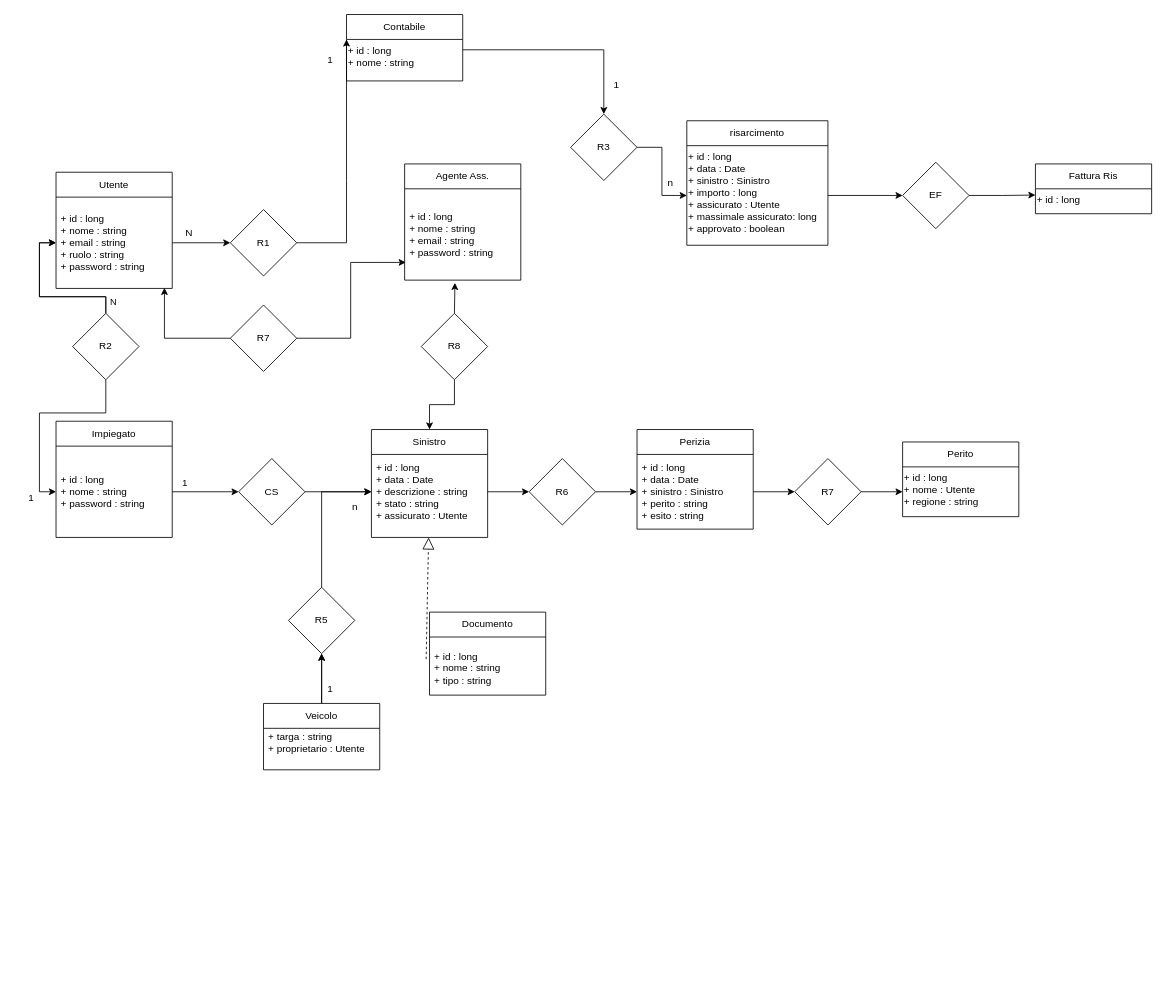
Above: Untitled Diagram.drawio in MattiaByakko/AppPocInsurance (draw.io), before the change. Source tidied: cells renumbered, new cells numbered last; positions are measured from the earlier drawing's top-left corner, leaving out a move shared by most shapes. Both pictures are drawn from the tidied source at 83%, with x=0, y=0 at pixel (18, 14).
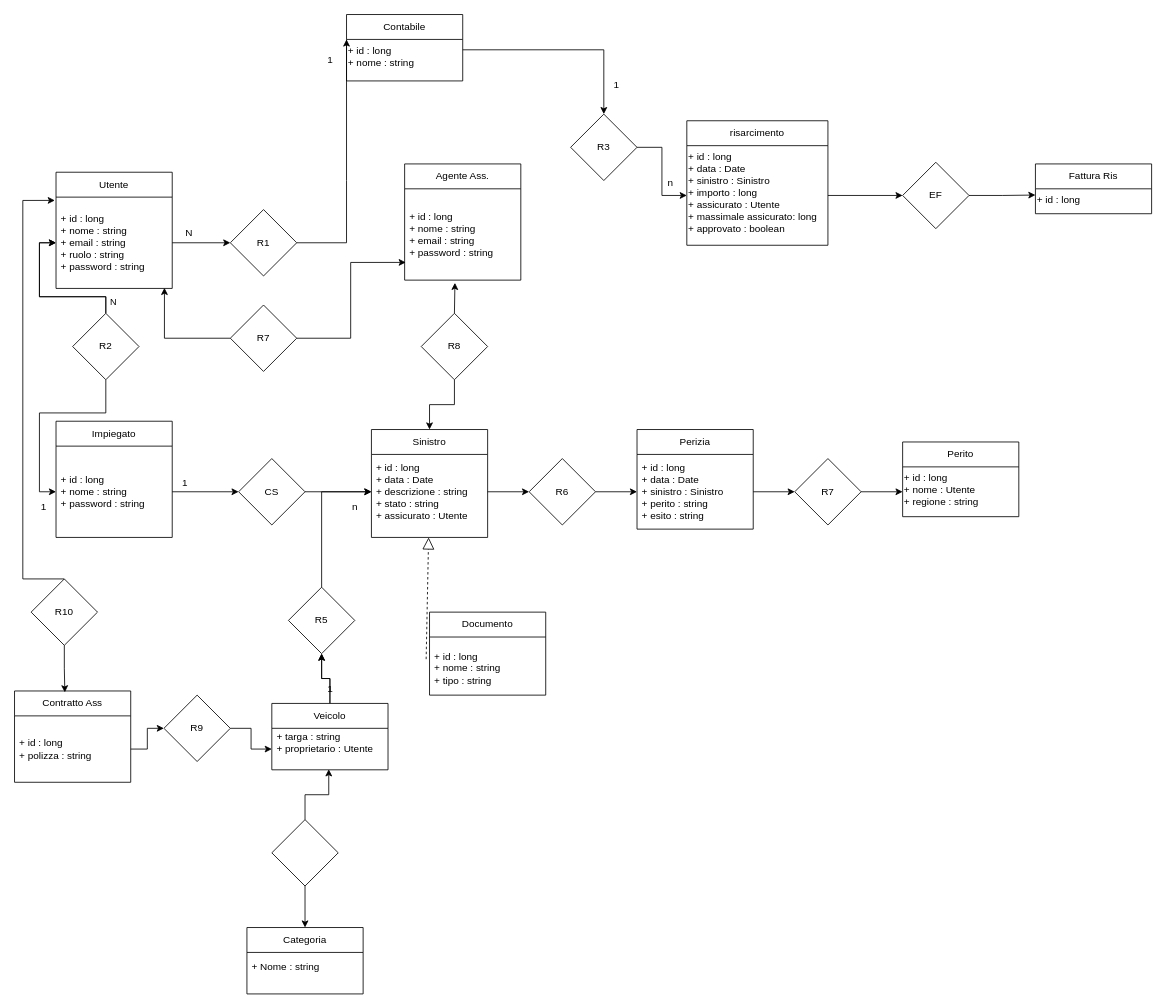
Above is the later version.

Unchanged cells that the change refers to:
```xml
<mxCell id="3" value="&lt;span style=&quot;background-color: transparent; color: light-dark(rgb(0, 0, 0), rgb(255, 255, 255));&quot;&gt;+ id : long&lt;/span&gt;&lt;br&gt;&lt;span style=&quot;background-color: transparent; color: light-dark(rgb(0, 0, 0), rgb(255, 255, 255));&quot;&gt;+ nome : string&lt;/span&gt;&lt;br&gt;&lt;span style=&quot;background-color: transparent; color: light-dark(rgb(0, 0, 0), rgb(255, 255, 255));&quot;&gt;+ email : string&lt;/span&gt;&lt;br&gt;&lt;span style=&quot;background-color: transparent; color: light-dark(rgb(0, 0, 0), rgb(255, 255, 255));&quot;&gt;+ ruolo : string&lt;/span&gt;&lt;br&gt;&lt;span style=&quot;background-color: transparent; color: light-dark(rgb(0, 0, 0), rgb(255, 255, 255));&quot;&gt;+ password : string&lt;/span&gt;" style="text;strokeColor=none;fillColor=none;align=left;verticalAlign=middle;spacingLeft=4;spacingRight=4;overflow=hidden;points=[[0,0.5],[1,0.5]];portConstraint=eastwest;whiteSpace=wrap;html=1;" parent="2" vertex="1">
  <mxGeometry y="30" width="140" height="110" as="geometry" />
</mxCell>
<mxCell id="10" value="&lt;span style=&quot;background-color: transparent; color: light-dark(rgb(0, 0, 0), rgb(255, 255, 255));&quot;&gt;+ targa : string&lt;/span&gt;&lt;br&gt;&lt;span style=&quot;background-color: transparent; color: light-dark(rgb(0, 0, 0), rgb(255, 255, 255));&quot;&gt;+ proprietario : Utente&lt;/span&gt;&lt;div&gt;&lt;br/&gt;&lt;/div&gt;" style="text;strokeColor=none;fillColor=none;align=left;verticalAlign=middle;spacingLeft=4;spacingRight=4;overflow=hidden;points=[[0,0.5],[1,0.5]];portConstraint=eastwest;whiteSpace=wrap;html=1;" parent="9" vertex="1">
  <mxGeometry y="30" width="140" height="50" as="geometry" />
</mxCell>
```

What changed in the source:
```diff
@@
     <mxCell id="9" value="Veicolo" style="swimlane;fontStyle=0;horizontal=1;startSize=30;whiteSpace=wrap;html=1;" parent="1" vertex="1">
-      <mxGeometry x="295" y="830" width="140" height="80" as="geometry" />
+      <mxGeometry x="305" y="830" width="140" height="80" as="geometry" />
     </mxCell>
@@
     <mxCell id="37" value="1" style="text;html=1;align=center;verticalAlign=middle;strokeColor=none;fillColor=none;" parent="1" vertex="1">
-      <mxGeometry y="568" width="30" height="30" as="geometry" />
+      <mxGeometry x="15" y="578" width="30" height="30" as="geometry" />
     </mxCell>
@@
+    <mxCell id="66" value="Contratto Ass" style="swimlane;fontStyle=0;horizontal=1;startSize=30;whiteSpace=wrap;html=1;" parent="1" vertex="1">
+      <mxGeometry x="-5" y="815" width="140" height="110" as="geometry" />
+    </mxCell>
+    <mxCell id="67" value="&lt;span style=&quot;background-color: transparent; color: light-dark(rgb(0, 0, 0), rgb(255, 255, 255));&quot;&gt;+ id : long&lt;/span&gt;&lt;br&gt;&lt;span style=&quot;background-color: transparent; color: light-dark(rgb(0, 0, 0), rgb(255, 255, 255));&quot;&gt;+ polizza : string&lt;/span&gt;" style="text;strokeColor=none;fillColor=none;align=left;verticalAlign=middle;spacingLeft=4;spacingRight=4;overflow=hidden;points=[[0,0.5],[1,0.5]];portConstraint=eastwest;whiteSpace=wrap;html=1;" parent="66" vertex="1">
+      <mxGeometry y="30" width="140" height="80" as="geometry" />
+    </mxCell>
+    <mxCell id="68" style="edgeStyle=orthogonalEdgeStyle;rounded=0;jettySize=auto;html=1;exitX=1;exitY=0.5;exitDx=0;exitDy=0;" parent="1" edge="1" source="69" target="10">
+      <mxGeometry relative="1" as="geometry" />
+    </mxCell>
+    <mxCell id="69" value="R9" style="rhombus;whiteSpace=wrap;html=1;" parent="1" vertex="1">
+      <mxGeometry x="175" y="820" width="80" height="80" as="geometry" />
+    </mxCell>
+    <mxCell id="70" style="edgeStyle=orthogonalEdgeStyle;rounded=0;jettySize=auto;html=1;exitX=1;exitY=0.5;exitDx=0;exitDy=0;entryX=0;entryY=0.5;entryDx=0;entryDy=0;" parent="1" edge="1" source="67" target="69">
+      <mxGeometry relative="1" as="geometry" />
+    </mxCell>
+    <mxCell id="71" value="R10" style="rhombus;whiteSpace=wrap;html=1;" parent="1" vertex="1">
+      <mxGeometry x="15" y="680" width="80" height="80" as="geometry" />
+    </mxCell>
+    <mxCell id="72" style="edgeStyle=orthogonalEdgeStyle;rounded=0;jettySize=auto;html=1;exitX=0.5;exitY=1;exitDx=0;exitDy=0;entryX=0.433;entryY=0.015;entryDx=0;entryDy=0;entryPerimeter=0;" parent="1" edge="1" source="71" target="66">
+      <mxGeometry relative="1" as="geometry" />
+    </mxCell>
+    <mxCell id="73" style="edgeStyle=orthogonalEdgeStyle;rounded=0;jettySize=auto;html=1;exitX=0.5;exitY=0;exitDx=0;exitDy=0;entryX=-0.01;entryY=0.036;entryDx=0;entryDy=0;entryPerimeter=0;" parent="1" edge="1" source="71" target="3">
+      <mxGeometry relative="1" as="geometry">
+        <Array as="points">
+          <mxPoint x="5" y="680" />
+          <mxPoint x="5" y="224" />
+        </Array>
+      </mxGeometry>
+    </mxCell>
+    <mxCell id="74" style="edgeStyle=orthogonalEdgeStyle;rounded=0;jettySize=auto;html=1;exitX=0.5;exitY=1;exitDx=0;exitDy=0;entryX=0.5;entryY=0;entryDx=0;entryDy=0;" parent="1" edge="1" source="75" target="76">
+      <mxGeometry relative="1" as="geometry" />
+    </mxCell>
+    <mxCell id="75" style="rhombus;whiteSpace=wrap;html=1;" parent="1" vertex="1">
+      <mxGeometry x="305" y="970" width="80" height="80" as="geometry" />
+    </mxCell>
+    <mxCell id="76" value="Categoria" style="swimlane;fontStyle=0;horizontal=1;startSize=30;whiteSpace=wrap;html=1;" parent="1" vertex="1">
+      <mxGeometry x="275" y="1100" width="140" height="80" as="geometry" />
+    </mxCell>
+    <mxCell id="77" value="&lt;span style=&quot;background-color: transparent; color: light-dark(rgb(0, 0, 0), rgb(255, 255, 255));&quot;&gt;+ Nome : string&lt;/span&gt;&lt;div&gt;&lt;br&gt;&lt;/div&gt;" style="text;strokeColor=none;fillColor=none;align=left;verticalAlign=middle;spacingLeft=4;spacingRight=4;overflow=hidden;whiteSpace=wrap;html=1;" parent="76" vertex="1">
+      <mxGeometry y="30" width="140" height="50" as="geometry" />
+    </mxCell>
+    <mxCell id="78" style="edgeStyle=orthogonalEdgeStyle;rounded=0;jettySize=auto;html=1;exitX=0.5;exitY=0;exitDx=0;exitDy=0;entryX=0.49;entryY=0.987;entryDx=0;entryDy=0;entryPerimeter=0;" parent="1" edge="1" source="75" target="10">
+      <mxGeometry relative="1" as="geometry" />
+    </mxCell>
```
